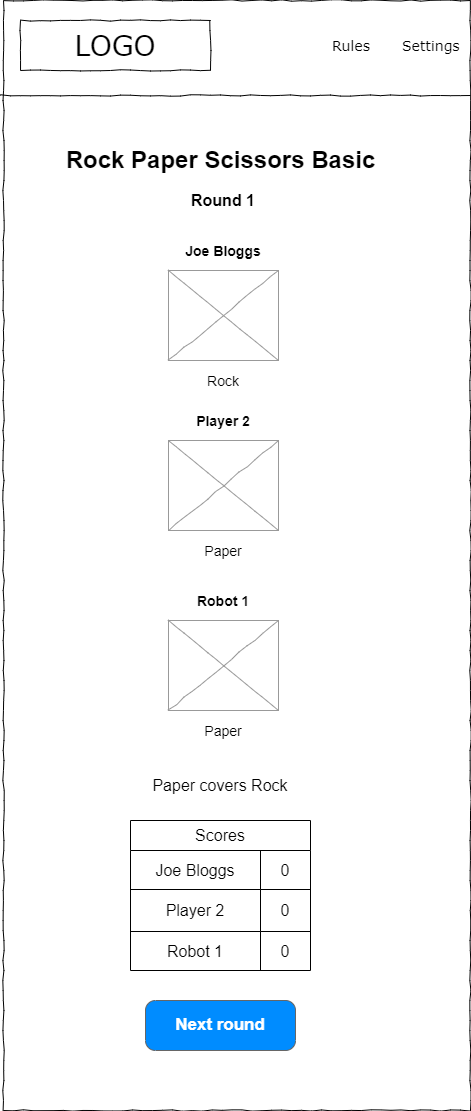
The draw.io diagram design/img/rps-xtreme-round-result-small.drawio.png in ibuttimer/rock-paper-scissors-xtreme, before a commit. Source tidied: cells renumbered, new cells last; positions are measured from the earlier drawing's top-left corner, leaving out a move shared by most shapes.
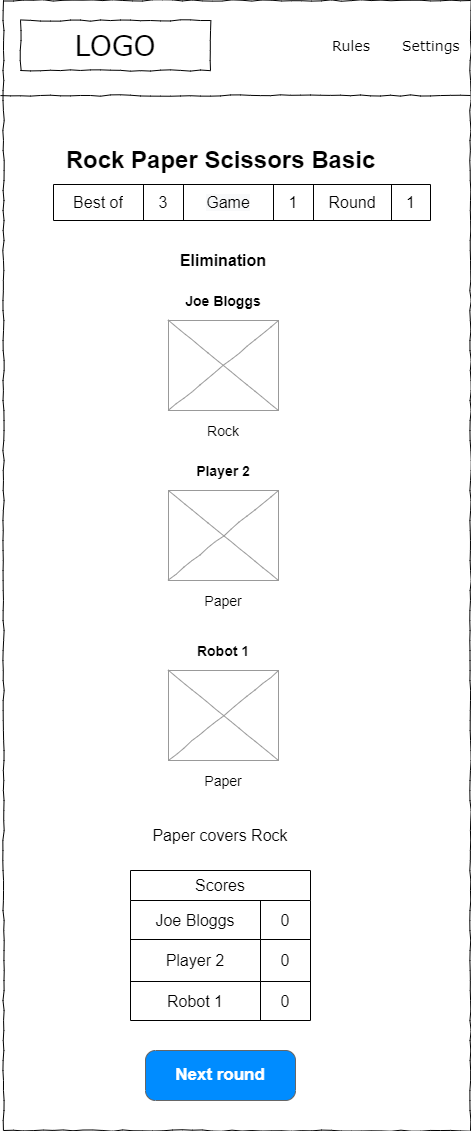
Above is the later version.

The edit, as a diff of the source:
```diff
@@ -3,28 +3,23 @@
     <mxCell id="0" />
     <mxCell id="1" parent="0" />
     <mxCell id="2" style="whiteSpace=wrap;html=1;rounded=0;shadow=0;labelBackgroundColor=none;strokeColor=#000000;strokeWidth=1;fillColor=none;fontFamily=Verdana;fontSize=12;fontColor=#000000;align=center;comic=1;" parent="1" vertex="1">
-      <mxGeometry x="3" width="467" height="1110" as="geometry" />
+      <mxGeometry x="3" y="-50" width="467" height="1130" as="geometry" />
     </mxCell>
     <mxCell id="3" value="LOGO" style="whiteSpace=wrap;html=1;rounded=0;shadow=0;labelBackgroundColor=none;strokeWidth=1;fontFamily=Verdana;fontSize=28;align=center;comic=1;" parent="1" vertex="1">
-      <mxGeometry x="20" y="20" width="190" height="50" as="geometry" />
+      <mxGeometry x="20" y="-30" width="190" height="50" as="geometry" />
     </mxCell>
     <mxCell id="4" value="Rules" style="text;html=1;align=left;verticalAlign=top;spacingTop=-4;fontSize=14;fontFamily=Verdana;" parent="1" vertex="1">
-      <mxGeometry x="330" y="35" width="60" height="20" as="geometry" />
+      <mxGeometry x="330" y="-15" width="60" height="20" as="geometry" />
     </mxCell>
     <mxCell id="5" value="Settings" style="text;html=1;align=left;verticalAlign=top;spacingTop=-4;fontSize=14;fontFamily=Verdana;" parent="1" vertex="1">
-      <mxGeometry x="400" y="35" width="60" height="20" as="geometry" />
+      <mxGeometry x="400" y="-15" width="60" height="20" as="geometry" />
     </mxCell>
     <mxCell id="6" style="line;strokeWidth=1;html=1;rounded=0;shadow=0;labelBackgroundColor=none;fillColor=none;fontFamily=Verdana;fontSize=14;fontColor=#000000;align=center;comic=1;" parent="1" vertex="1">
-      <mxGeometry y="90" width="470" height="10" as="geometry" />
+      <mxGeometry y="40" width="470" height="10" as="geometry" />
     </mxCell>
     <mxCell id="7" value="Rock Paper Scissors Basic" style="text;strokeColor=none;fillColor=none;html=1;fontSize=24;fontStyle=1;verticalAlign=middle;align=center;" parent="1" vertex="1">
-      <mxGeometry x="170" y="140" width="100" height="40" as="geometry" />
+      <mxGeometry x="170" y="90" width="100" height="40" as="geometry" />
     </mxCell>
-    <object id="8" label="&lt;b style=&quot;&quot;&gt;&lt;font style=&quot;font-size: 16px;&quot;&gt;Round 1&lt;/font&gt;&lt;/b&gt;" name="Variable" placeholders="1">
-      <mxCell style="text;html=1;strokeColor=none;fillColor=none;align=center;verticalAlign=middle;whiteSpace=wrap;overflow=hidden;" parent="1" vertex="1">
-        <mxGeometry x="143" y="180" width="160" height="40" as="geometry" />
-      </mxCell>
-    </object>
     <object id="9" label="&lt;span style=&quot;font-size: 16px;&quot;&gt;&lt;b style=&quot;font-size: 14px;&quot;&gt;Joe Bloggs&lt;/b&gt;&lt;/span&gt;" name="Variable" placeholders="1">
       <mxCell style="text;html=1;strokeColor=none;fillColor=none;align=center;verticalAlign=middle;whiteSpace=wrap;overflow=hidden;" parent="1" vertex="1">
         <mxGeometry x="143" y="230" width="160" height="40" as="geometry" />
@@ -100,5 +95,34 @@
     <mxCell id="29" value="0" style="shape=partialRectangle;html=1;whiteSpace=wrap;fillColor=none;top=0;left=0;bottom=0;right=0;overflow=hidden;fontSize=16;" parent="27" vertex="1">
       <mxGeometry x="130" width="50" height="39" as="geometry" />
     </mxCell>
+    <mxCell id="30" style="shape=table;html=1;whiteSpace=wrap;startSize=0;fontSize=16;" parent="1" vertex="1">
+      <mxGeometry x="53" y="134" width="377" height="36" as="geometry" />
+    </mxCell>
+    <mxCell id="31" style="shape=tableRow;horizontal=0;startSize=0;swimlaneHead=0;swimlaneBody=0;top=0;left=0;bottom=0;right=0;fillColor=none;fontSize=16;" parent="30" vertex="1">
+      <mxGeometry width="377" height="36" as="geometry" />
+    </mxCell>
+    <mxCell id="32" value="Best of" style="shape=partialRectangle;html=1;whiteSpace=wrap;fillColor=none;top=0;left=0;bottom=0;right=0;overflow=hidden;fontSize=16;" parent="31" vertex="1">
+      <mxGeometry width="90" height="36" as="geometry" />
+    </mxCell>
+    <mxCell id="33" value="3" style="shape=partialRectangle;html=1;whiteSpace=wrap;fillColor=none;top=0;left=0;bottom=0;right=0;overflow=hidden;fontSize=16;" parent="31" vertex="1">
+      <mxGeometry x="90" width="40" height="36" as="geometry" />
+    </mxCell>
+    <mxCell id="34" value="&lt;span style=&quot;color: rgb(0, 0, 0); font-family: Helvetica; font-size: 16px; font-style: normal; font-variant-ligatures: normal; font-variant-caps: normal; font-weight: 400; letter-spacing: normal; orphans: 2; text-align: center; text-indent: 0px; text-transform: none; widows: 2; word-spacing: 0px; -webkit-text-stroke-width: 0px; background-color: rgb(248, 249, 250); text-decoration-thickness: initial; text-decoration-style: initial; text-decoration-color: initial; float: none; display: inline !important;&quot;&gt;Game&lt;/span&gt;" style="shape=partialRectangle;html=1;whiteSpace=wrap;fillColor=none;top=0;left=0;bottom=0;right=0;overflow=hidden;fontSize=16;" parent="31" vertex="1">
+      <mxGeometry x="130" width="90" height="36" as="geometry" />
+    </mxCell>
+    <mxCell id="35" value="1" style="shape=partialRectangle;html=1;whiteSpace=wrap;fillColor=none;top=0;left=0;bottom=0;right=0;overflow=hidden;fontSize=16;" parent="31" vertex="1">
+      <mxGeometry x="220" width="40" height="36" as="geometry" />
+    </mxCell>
+    <mxCell id="36" value="Round" style="shape=partialRectangle;html=1;whiteSpace=wrap;fillColor=none;top=0;left=0;bottom=0;right=0;overflow=hidden;fontSize=16;" parent="31" vertex="1">
+      <mxGeometry x="260" width="78" height="36" as="geometry" />
+    </mxCell>
+    <mxCell id="37" value="1" style="shape=partialRectangle;html=1;whiteSpace=wrap;fillColor=none;top=0;left=0;bottom=0;right=0;overflow=hidden;fontSize=16;" parent="31" vertex="1">
+      <mxGeometry x="338" width="39" height="36" as="geometry" />
+    </mxCell>
+    <object id="38" label="&lt;b style=&quot;&quot;&gt;&lt;font style=&quot;font-size: 16px;&quot;&gt;Elimination&lt;/font&gt;&lt;/b&gt;" name="Variable" placeholders="1">
+      <mxCell style="text;html=1;strokeColor=none;fillColor=none;align=center;verticalAlign=middle;whiteSpace=wrap;overflow=hidden;" parent="1" vertex="1">
+        <mxGeometry x="63" y="190" width="320" height="40" as="geometry" />
+      </mxCell>
+    </object>
   </root>
 </mxGraphModel>
```
